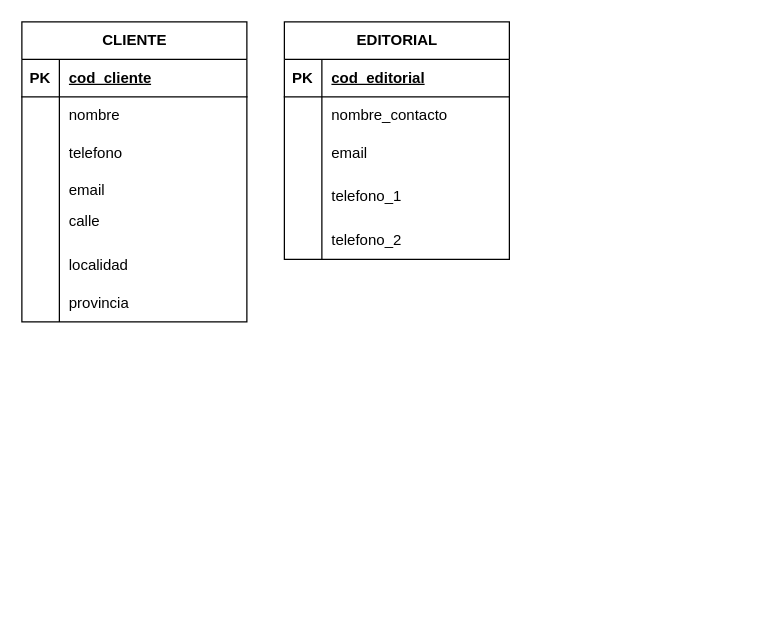
Earlier version of the draw.io diagram db/modelo-logico.drawio (Sergio-Tolaba/ds_ej). Source tidied: cells renumbered, new cells numbered last; positions are measured from the earlier drawing's top-left corner, leaving out a move shared by most shapes. Both pictures are drawn from the tidied source at 125%, with x=0, y=0 at pixel (21, 21).
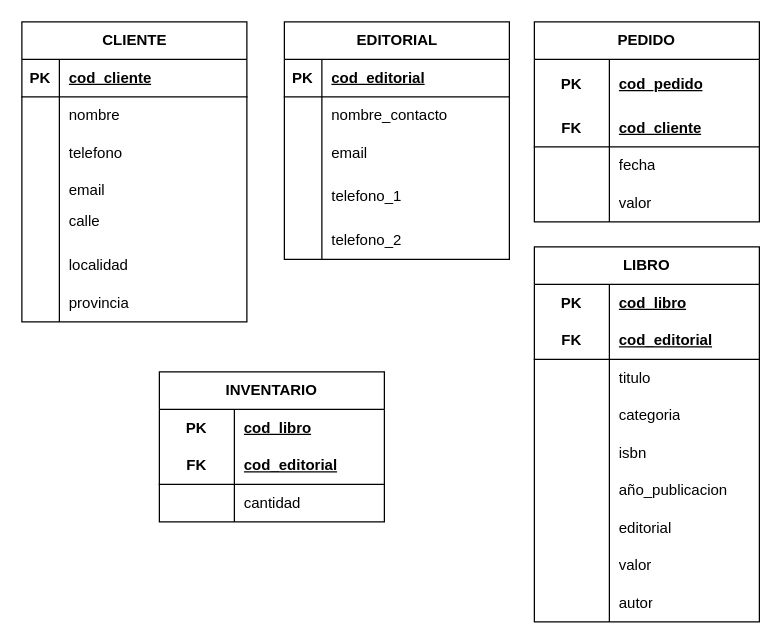
After the change.

Commit message:
EntDebiles:Pedido-Libro-Inventario: modelo-logico.drawio

Diff of the diagram source:
```diff
@@
+    <mxCell id="40" value="PEDIDO" style="shape=table;startSize=30;childLayout=tableLayout;rowLines=0;fontStyle=1;align=center;html=1;whiteSpace=wrap;" parent="1" vertex="1">
+      <mxGeometry x="410" width="180" height="160" as="geometry" />
+    </mxCell>
+    <mxCell id="41" style="shape=tableRow;horizontal=0;startSize=0;swimlaneHead=0;swimlaneBody=0;fillColor=none;top=0;left=0;right=0;bottom=0;html=1;" parent="40" vertex="1">
+      <mxGeometry y="30" width="180" height="40" as="geometry" />
+    </mxCell>
+    <mxCell id="42" value="PK" style="shape=partialRectangle;fillColor=none;top=0;left=0;bottom=0;right=0;fontStyle=1;overflow=hidden;html=1;whiteSpace=wrap;" parent="41" vertex="1">
+      <mxGeometry width="60" height="40" as="geometry" />
+    </mxCell>
+    <mxCell id="43" value="cod_pedido" style="shape=partialRectangle;fillColor=none;top=0;left=0;bottom=0;right=0;align=left;spacingLeft=6;fontStyle=5;overflow=hidden;html=1;whiteSpace=wrap;" parent="41" vertex="1">
+      <mxGeometry x="60" width="120" height="40" as="geometry" />
+    </mxCell>
+    <mxCell id="44" style="shape=tableRow;horizontal=0;startSize=0;swimlaneHead=0;swimlaneBody=0;fillColor=none;top=0;left=0;right=0;bottom=1;html=1;" parent="40" vertex="1">
+      <mxGeometry y="70" width="180" height="30" as="geometry" />
+    </mxCell>
+    <mxCell id="45" value="FK" style="shape=partialRectangle;fillColor=none;top=0;left=0;bottom=0;right=0;fontStyle=1;overflow=hidden;html=1;whiteSpace=wrap;" parent="44" vertex="1">
+      <mxGeometry width="60" height="30" as="geometry" />
+    </mxCell>
+    <mxCell id="46" value="cod_cliente" style="shape=partialRectangle;fillColor=none;top=0;left=0;bottom=0;right=0;align=left;spacingLeft=6;fontStyle=5;overflow=hidden;html=1;whiteSpace=wrap;" parent="44" vertex="1">
+      <mxGeometry x="60" width="120" height="30" as="geometry" />
+    </mxCell>
+    <mxCell id="47" style="shape=tableRow;horizontal=0;startSize=0;swimlaneHead=0;swimlaneBody=0;fillColor=none;top=0;left=0;right=0;bottom=0;html=1;" parent="40" vertex="1">
+      <mxGeometry y="100" width="180" height="30" as="geometry" />
+    </mxCell>
+    <mxCell id="48" style="shape=partialRectangle;fillColor=none;top=0;left=0;bottom=0;right=0;overflow=hidden;html=1;whiteSpace=wrap;" parent="47" vertex="1">
+      <mxGeometry width="60" height="30" as="geometry" />
+    </mxCell>
+    <mxCell id="49" value="fecha" style="shape=partialRectangle;fillColor=none;top=0;left=0;bottom=0;right=0;align=left;spacingLeft=6;overflow=hidden;html=1;whiteSpace=wrap;" parent="47" vertex="1">
+      <mxGeometry x="60" width="120" height="30" as="geometry" />
+    </mxCell>
+    <mxCell id="50" style="shape=tableRow;horizontal=0;startSize=0;swimlaneHead=0;swimlaneBody=0;fillColor=none;top=0;left=0;right=0;bottom=0;html=1;" parent="40" vertex="1">
+      <mxGeometry y="130" width="180" height="30" as="geometry" />
+    </mxCell>
+    <mxCell id="51" style="shape=partialRectangle;fillColor=none;top=0;left=0;bottom=0;right=0;overflow=hidden;html=1;whiteSpace=wrap;" parent="50" vertex="1">
+      <mxGeometry width="60" height="30" as="geometry" />
+    </mxCell>
+    <mxCell id="52" value="valor" style="shape=partialRectangle;fillColor=none;top=0;left=0;bottom=0;right=0;align=left;spacingLeft=6;overflow=hidden;html=1;whiteSpace=wrap;" parent="50" vertex="1">
+      <mxGeometry x="60" width="120" height="30" as="geometry" />
+    </mxCell>
+    <mxCell id="53" value="LIBRO" style="shape=table;startSize=30;childLayout=tableLayout;rowLines=0;fontStyle=1;align=center;html=1;whiteSpace=wrap;" parent="1" vertex="1">
+      <mxGeometry x="410" y="180" width="180" height="300" as="geometry" />
+    </mxCell>
+    <mxCell id="54" style="shape=tableRow;horizontal=0;startSize=0;swimlaneHead=0;swimlaneBody=0;fillColor=none;top=0;left=0;right=0;bottom=0;html=1;" parent="53" vertex="1">
+      <mxGeometry y="30" width="180" height="30" as="geometry" />
+    </mxCell>
+    <mxCell id="55" value="PK" style="shape=partialRectangle;fillColor=none;top=0;left=0;bottom=0;right=0;fontStyle=1;overflow=hidden;html=1;whiteSpace=wrap;" parent="54" vertex="1">
+      <mxGeometry width="60" height="30" as="geometry" />
+    </mxCell>
+    <mxCell id="56" value="cod_libro" style="shape=partialRectangle;fillColor=none;top=0;left=0;bottom=0;right=0;align=left;spacingLeft=6;fontStyle=5;overflow=hidden;html=1;whiteSpace=wrap;" parent="54" vertex="1">
+      <mxGeometry x="60" width="120" height="30" as="geometry" />
+    </mxCell>
+    <mxCell id="57" style="shape=tableRow;horizontal=0;startSize=0;swimlaneHead=0;swimlaneBody=0;fillColor=none;top=0;left=0;right=0;bottom=1;html=1;" parent="53" vertex="1">
+      <mxGeometry y="60" width="180" height="30" as="geometry" />
+    </mxCell>
+    <mxCell id="58" value="FK" style="shape=partialRectangle;fillColor=none;top=0;left=0;bottom=0;right=0;fontStyle=1;overflow=hidden;html=1;whiteSpace=wrap;" parent="57" vertex="1">
+      <mxGeometry width="60" height="30" as="geometry" />
+    </mxCell>
+    <mxCell id="59" value="cod_editorial" style="shape=partialRectangle;fillColor=none;top=0;left=0;bottom=0;right=0;align=left;spacingLeft=6;fontStyle=5;overflow=hidden;html=1;whiteSpace=wrap;" parent="57" vertex="1">
+      <mxGeometry x="60" width="120" height="30" as="geometry" />
+    </mxCell>
+    <mxCell id="60" style="shape=tableRow;horizontal=0;startSize=0;swimlaneHead=0;swimlaneBody=0;fillColor=none;top=0;left=0;right=0;bottom=0;html=1;" parent="53" vertex="1">
+      <mxGeometry y="90" width="180" height="30" as="geometry" />
+    </mxCell>
+    <mxCell id="61" style="shape=partialRectangle;fillColor=none;top=0;left=0;bottom=0;right=0;overflow=hidden;html=1;whiteSpace=wrap;" parent="60" vertex="1">
+      <mxGeometry width="60" height="30" as="geometry" />
+    </mxCell>
+    <mxCell id="62" value="titulo" style="shape=partialRectangle;fillColor=none;top=0;left=0;bottom=0;right=0;align=left;spacingLeft=6;overflow=hidden;html=1;whiteSpace=wrap;" parent="60" vertex="1">
+      <mxGeometry x="60" width="120" height="30" as="geometry" />
+    </mxCell>
+    <mxCell id="63" style="shape=tableRow;horizontal=0;startSize=0;swimlaneHead=0;swimlaneBody=0;fillColor=none;top=0;left=0;right=0;bottom=0;html=1;" parent="53" vertex="1">
+      <mxGeometry y="120" width="180" height="30" as="geometry" />
+    </mxCell>
+    <mxCell id="64" style="shape=partialRectangle;fillColor=none;top=0;left=0;bottom=0;right=0;overflow=hidden;html=1;whiteSpace=wrap;" parent="63" vertex="1">
+      <mxGeometry width="60" height="30" as="geometry" />
+    </mxCell>
+    <mxCell id="65" value="categoria" style="shape=partialRectangle;fillColor=none;top=0;left=0;bottom=0;right=0;align=left;spacingLeft=6;overflow=hidden;html=1;whiteSpace=wrap;" parent="63" vertex="1">
+      <mxGeometry x="60" width="120" height="30" as="geometry" />
+    </mxCell>
+    <mxCell id="66" style="shape=tableRow;horizontal=0;startSize=0;swimlaneHead=0;swimlaneBody=0;fillColor=none;top=0;left=0;right=0;bottom=0;html=1;" parent="53" vertex="1">
+      <mxGeometry y="150" width="180" height="30" as="geometry" />
+    </mxCell>
+    <mxCell id="67" style="shape=partialRectangle;fillColor=none;top=0;left=0;bottom=0;right=0;overflow=hidden;html=1;whiteSpace=wrap;" parent="66" vertex="1">
+      <mxGeometry width="60" height="30" as="geometry" />
+    </mxCell>
+    <mxCell id="68" value="isbn" style="shape=partialRectangle;fillColor=none;top=0;left=0;bottom=0;right=0;align=left;spacingLeft=6;overflow=hidden;html=1;whiteSpace=wrap;" parent="66" vertex="1">
+      <mxGeometry x="60" width="120" height="30" as="geometry" />
+    </mxCell>
+    <mxCell id="69" style="shape=tableRow;horizontal=0;startSize=0;swimlaneHead=0;swimlaneBody=0;fillColor=none;top=0;left=0;right=0;bottom=0;html=1;" parent="53" vertex="1">
+      <mxGeometry y="180" width="180" height="30" as="geometry" />
+    </mxCell>
+    <mxCell id="70" style="shape=partialRectangle;fillColor=none;top=0;left=0;bottom=0;right=0;overflow=hidden;html=1;whiteSpace=wrap;" parent="69" vertex="1">
+      <mxGeometry width="60" height="30" as="geometry" />
+    </mxCell>
+    <mxCell id="71" value="año_publicacion" style="shape=partialRectangle;fillColor=none;top=0;left=0;bottom=0;right=0;align=left;spacingLeft=6;overflow=hidden;html=1;whiteSpace=wrap;" parent="69" vertex="1">
+      <mxGeometry x="60" width="120" height="30" as="geometry" />
+    </mxCell>
+    <mxCell id="72" style="shape=tableRow;horizontal=0;startSize=0;swimlaneHead=0;swimlaneBody=0;fillColor=none;top=0;left=0;right=0;bottom=0;html=1;" parent="53" vertex="1">
+      <mxGeometry y="210" width="180" height="30" as="geometry" />
+    </mxCell>
+    <mxCell id="73" style="shape=partialRectangle;fillColor=none;top=0;left=0;bottom=0;right=0;overflow=hidden;html=1;whiteSpace=wrap;" parent="72" vertex="1">
+      <mxGeometry width="60" height="30" as="geometry" />
+    </mxCell>
+    <mxCell id="74" value="editorial" style="shape=partialRectangle;fillColor=none;top=0;left=0;bottom=0;right=0;align=left;spacingLeft=6;overflow=hidden;html=1;whiteSpace=wrap;" parent="72" vertex="1">
+      <mxGeometry x="60" width="120" height="30" as="geometry" />
+    </mxCell>
+    <mxCell id="75" style="shape=tableRow;horizontal=0;startSize=0;swimlaneHead=0;swimlaneBody=0;fillColor=none;top=0;left=0;right=0;bottom=0;html=1;" parent="53" vertex="1">
+      <mxGeometry y="240" width="180" height="30" as="geometry" />
+    </mxCell>
+    <mxCell id="76" style="shape=partialRectangle;fillColor=none;top=0;left=0;bottom=0;right=0;overflow=hidden;html=1;whiteSpace=wrap;" parent="75" vertex="1">
+      <mxGeometry width="60" height="30" as="geometry" />
+    </mxCell>
+    <mxCell id="77" value="valor" style="shape=partialRectangle;fillColor=none;top=0;left=0;bottom=0;right=0;align=left;spacingLeft=6;overflow=hidden;html=1;whiteSpace=wrap;" parent="75" vertex="1">
+      <mxGeometry x="60" width="120" height="30" as="geometry" />
+    </mxCell>
+    <mxCell id="78" style="shape=tableRow;horizontal=0;startSize=0;swimlaneHead=0;swimlaneBody=0;fillColor=none;top=0;left=0;right=0;bottom=0;html=1;" parent="53" vertex="1">
+      <mxGeometry y="270" width="180" height="30" as="geometry" />
+    </mxCell>
+    <mxCell id="79" style="shape=partialRectangle;fillColor=none;top=0;left=0;bottom=0;right=0;overflow=hidden;html=1;whiteSpace=wrap;" parent="78" vertex="1">
+      <mxGeometry width="60" height="30" as="geometry" />
+    </mxCell>
+    <mxCell id="80" value="autor" style="shape=partialRectangle;fillColor=none;top=0;left=0;bottom=0;right=0;align=left;spacingLeft=6;overflow=hidden;html=1;whiteSpace=wrap;" parent="78" vertex="1">
+      <mxGeometry x="60" width="120" height="30" as="geometry" />
+    </mxCell>
+    <mxCell id="81" value="INVENTARIO" style="shape=table;startSize=30;childLayout=tableLayout;rowLines=0;fontStyle=1;align=center;html=1;whiteSpace=wrap;" parent="1" vertex="1">
+      <mxGeometry x="110" y="280" width="180" height="120" as="geometry" />
+    </mxCell>
+    <mxCell id="82" style="shape=tableRow;horizontal=0;startSize=0;swimlaneHead=0;swimlaneBody=0;fillColor=none;top=0;left=0;right=0;bottom=0;html=1;" parent="81" vertex="1">
+      <mxGeometry y="30" width="180" height="30" as="geometry" />
+    </mxCell>
+    <mxCell id="83" value="PK" style="shape=partialRectangle;fillColor=none;top=0;left=0;bottom=0;right=0;fontStyle=1;overflow=hidden;html=1;whiteSpace=wrap;" parent="82" vertex="1">
+      <mxGeometry width="60" height="30" as="geometry" />
+    </mxCell>
+    <mxCell id="84" value="cod_libro" style="shape=partialRectangle;fillColor=none;top=0;left=0;bottom=0;right=0;align=left;spacingLeft=6;fontStyle=5;overflow=hidden;html=1;whiteSpace=wrap;" parent="82" vertex="1">
+      <mxGeometry x="60" width="120" height="30" as="geometry" />
+    </mxCell>
+    <mxCell id="85" style="shape=tableRow;horizontal=0;startSize=0;swimlaneHead=0;swimlaneBody=0;fillColor=none;top=0;left=0;right=0;bottom=1;html=1;" parent="81" vertex="1">
+      <mxGeometry y="60" width="180" height="30" as="geometry" />
+    </mxCell>
+    <mxCell id="86" value="FK" style="shape=partialRectangle;fillColor=none;top=0;left=0;bottom=0;right=0;fontStyle=1;overflow=hidden;html=1;whiteSpace=wrap;" parent="85" vertex="1">
+      <mxGeometry width="60" height="30" as="geometry" />
+    </mxCell>
+    <mxCell id="87" value="cod_editorial" style="shape=partialRectangle;fillColor=none;top=0;left=0;bottom=0;right=0;align=left;spacingLeft=6;fontStyle=5;overflow=hidden;html=1;whiteSpace=wrap;" parent="85" vertex="1">
+      <mxGeometry x="60" width="120" height="30" as="geometry" />
+    </mxCell>
+    <mxCell id="88" style="shape=tableRow;horizontal=0;startSize=0;swimlaneHead=0;swimlaneBody=0;fillColor=none;top=0;left=0;right=0;bottom=0;html=1;" parent="81" vertex="1">
+      <mxGeometry y="90" width="180" height="30" as="geometry" />
+    </mxCell>
+    <mxCell id="89" style="shape=partialRectangle;fillColor=none;top=0;left=0;bottom=0;right=0;overflow=hidden;html=1;whiteSpace=wrap;" parent="88" vertex="1">
+      <mxGeometry width="60" height="30" as="geometry" />
+    </mxCell>
+    <mxCell id="90" value="cantidad" style="shape=partialRectangle;fillColor=none;top=0;left=0;bottom=0;right=0;align=left;spacingLeft=6;overflow=hidden;html=1;whiteSpace=wrap;" parent="88" vertex="1">
+      <mxGeometry x="60" width="120" height="30" as="geometry" />
+    </mxCell>
```
